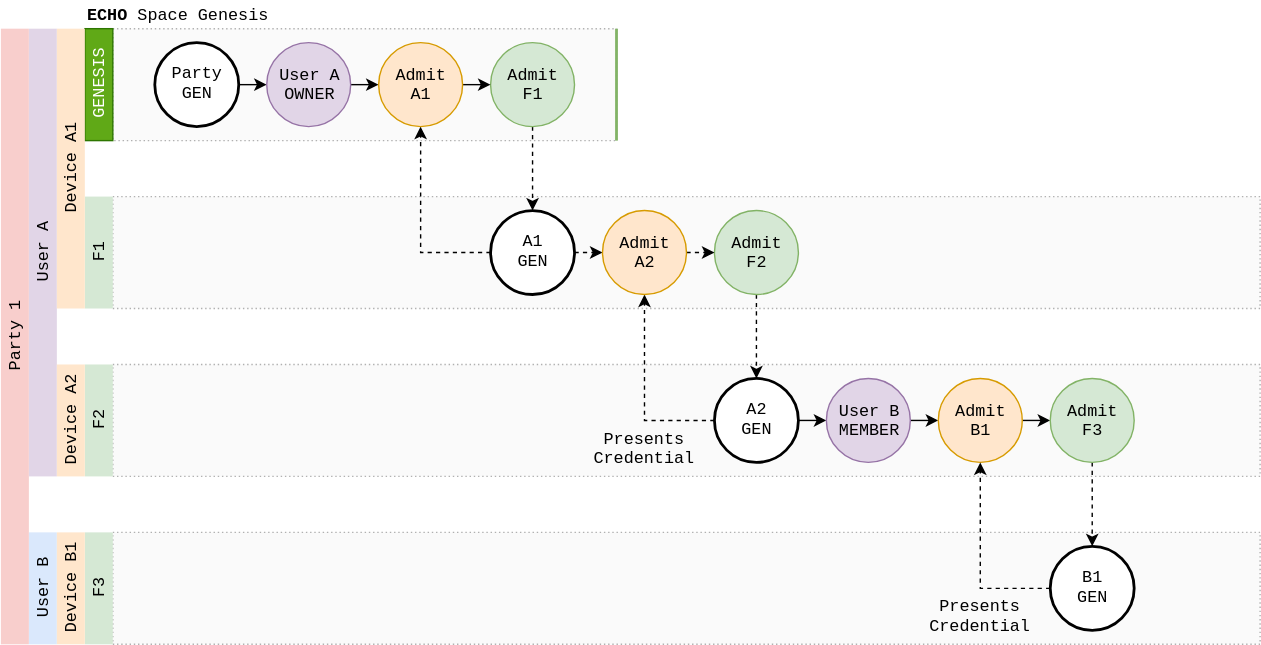
dxos/dxos keeps this draw.io diagram as docs/design/diagrams/halo-credentials-space.drawio.svg. Above is the earlier version. Source tidied: cells renumbered, new cells last; positions are measured from the earlier drawing's top-left corner, leaving out a move shared by most shapes. The source it was exported from:
```xml
<mxGraphModel background="#ffffff">
  <root>
    <mxCell id="0" />
    <mxCell id="1" parent="0" />
    <mxCell id="2" style="rounded=0;whiteSpace=wrap;html=1;fillColor=#f5f5f5;dashed=1;dashPattern=1 2;strokeWidth=1;opacity=50;strokeColor=#666666;fontColor=#333333;" parent="1" vertex="1">
      <mxGeometry x="80" y="20" width="360" height="80" as="geometry" />
    </mxCell>
    <mxCell id="3" style="rounded=0;whiteSpace=wrap;html=1;fillColor=#f5f5f5;dashed=1;dashPattern=1 2;strokeWidth=1;opacity=50;strokeColor=#666666;fontColor=#333333;" parent="1" vertex="1">
      <mxGeometry x="80" y="140" width="820" height="80" as="geometry" />
    </mxCell>
    <mxCell id="4" style="rounded=0;whiteSpace=wrap;html=1;fillColor=#f5f5f5;dashed=1;dashPattern=1 2;strokeWidth=1;opacity=50;strokeColor=#666666;fontColor=#333333;" parent="1" vertex="1">
      <mxGeometry x="80" y="260" width="820" height="80" as="geometry" />
    </mxCell>
    <mxCell id="5" style="rounded=0;whiteSpace=wrap;html=1;fillColor=#f5f5f5;dashed=1;dashPattern=1 2;strokeWidth=1;opacity=50;strokeColor=#666666;fontColor=#333333;" parent="1" vertex="1">
      <mxGeometry x="80" y="380" width="820" height="80" as="geometry" />
    </mxCell>
    <mxCell id="6" style="edgeStyle=orthogonalEdgeStyle;rounded=0;jettySize=auto;html=1;exitX=1;exitY=0.5;exitDx=0;exitDy=0;entryX=0;entryY=0.5;entryDx=0;entryDy=0;fontFamily=Courier New;fontSize=12;" parent="1" edge="1" source="7">
      <mxGeometry relative="1" as="geometry">
        <mxPoint x="190" y="60" as="targetPoint" />
      </mxGeometry>
    </mxCell>
    <mxCell id="7" value="Party&lt;br style=&quot;font-size: 12px;&quot;&gt;GEN" style="ellipse;whiteSpace=wrap;html=1;fontFamily=Courier New;fontSize=12;strokeWidth=2;" parent="1" vertex="1">
      <mxGeometry x="110" y="30" width="60" height="60" as="geometry" />
    </mxCell>
    <mxCell id="8" value="F3" style="rounded=0;whiteSpace=wrap;html=1;strokeWidth=1;horizontal=0;fillColor=#d5e8d4;strokeColor=none;fontSize=12;fontFamily=Courier New;" parent="1" vertex="1">
      <mxGeometry x="60" y="380" width="20" height="80" as="geometry" />
    </mxCell>
    <mxCell id="9" value="F2" style="rounded=0;whiteSpace=wrap;html=1;strokeWidth=1;horizontal=0;fillColor=#d5e8d4;strokeColor=none;fontSize=12;fontFamily=Courier New;" parent="1" vertex="1">
      <mxGeometry x="60" y="260" width="20" height="80" as="geometry" />
    </mxCell>
    <mxCell id="10" value="F1" style="rounded=0;whiteSpace=wrap;html=1;strokeWidth=1;horizontal=0;fillColor=#d5e8d4;strokeColor=none;fontSize=12;fontFamily=Courier New;" parent="1" vertex="1">
      <mxGeometry x="60" y="140" width="20" height="80" as="geometry" />
    </mxCell>
    <mxCell id="11" value="GENESIS" style="rounded=0;whiteSpace=wrap;html=1;strokeWidth=1;horizontal=0;fillColor=#60a917;strokeColor=#2D7600;fontColor=#ffffff;fontSize=12;fontFamily=Courier New;" parent="1" vertex="1">
      <mxGeometry x="60" y="20" width="20" height="80" as="geometry" />
    </mxCell>
    <mxCell id="12" value="User B" style="rounded=0;whiteSpace=wrap;html=1;strokeWidth=1;horizontal=0;fillColor=#dae8fc;strokeColor=none;fontSize=12;fontFamily=Courier New;" parent="1" vertex="1">
      <mxGeometry x="20" y="380" width="20" height="80" as="geometry" />
    </mxCell>
    <mxCell id="13" value="User A" style="rounded=0;whiteSpace=wrap;html=1;strokeWidth=1;horizontal=0;fillColor=#e1d5e7;strokeColor=none;fontSize=12;fontFamily=Courier New;" parent="1" vertex="1">
      <mxGeometry x="20" y="20" width="20" height="320" as="geometry" />
    </mxCell>
    <mxCell id="14" value="Device B1" style="rounded=0;whiteSpace=wrap;html=1;strokeWidth=1;horizontal=0;fillColor=#ffe6cc;strokeColor=none;fontSize=12;fontFamily=Courier New;" parent="1" vertex="1">
      <mxGeometry x="40" y="380" width="20" height="80" as="geometry" />
    </mxCell>
    <mxCell id="15" value="Device A2" style="rounded=0;whiteSpace=wrap;html=1;strokeWidth=1;horizontal=0;fillColor=#ffe6cc;strokeColor=none;fontSize=12;fontFamily=Courier New;" parent="1" vertex="1">
      <mxGeometry x="40" y="260" width="20" height="80" as="geometry" />
    </mxCell>
    <mxCell id="16" value="Device A1" style="rounded=0;whiteSpace=wrap;html=1;strokeWidth=1;horizontal=0;fillColor=#ffe6cc;strokeColor=none;fontSize=12;fontFamily=Courier New;" parent="1" vertex="1">
      <mxGeometry x="40" y="20" width="20" height="200" as="geometry" />
    </mxCell>
    <mxCell id="17" value="&lt;b&gt;ECHO&lt;/b&gt; Space Genesis" style="text;html=1;strokeColor=none;fillColor=none;align=left;verticalAlign=middle;whiteSpace=wrap;rounded=0;dashed=1;dashPattern=1 2;fontFamily=Courier New;fontSize=12;opacity=50;" parent="1" vertex="1">
      <mxGeometry x="60" width="240" height="20" as="geometry" />
    </mxCell>
    <mxCell id="18" style="edgeStyle=orthogonalEdgeStyle;rounded=0;jettySize=auto;html=1;exitX=1;exitY=0.5;exitDx=0;exitDy=0;entryX=0;entryY=0.5;entryDx=0;entryDy=0;startArrow=none;startFill=0;endArrow=classic;endFill=1;fontFamily=Courier New;fontSize=12;" parent="1" edge="1" source="19" target="30">
      <mxGeometry relative="1" as="geometry" />
    </mxCell>
    <mxCell id="19" value="User A&lt;br&gt;OWNER" style="ellipse;whiteSpace=wrap;html=1;fontFamily=Courier New;fontSize=12;fillColor=#e1d5e7;strokeColor=#9673a6;" parent="1" vertex="1">
      <mxGeometry x="190" y="30" width="60" height="60" as="geometry" />
    </mxCell>
    <mxCell id="20" style="edgeStyle=orthogonalEdgeStyle;rounded=0;jettySize=auto;html=1;exitX=0.5;exitY=1;exitDx=0;exitDy=0;entryX=0.5;entryY=0;entryDx=0;entryDy=0;startArrow=none;startFill=0;endArrow=classic;endFill=1;fontFamily=Courier New;fontSize=12;dashed=1;" parent="1" edge="1" source="21" target="24">
      <mxGeometry relative="1" as="geometry" />
    </mxCell>
    <mxCell id="21" value="Admit&lt;br style=&quot;font-size: 12px&quot;&gt;F1" style="ellipse;whiteSpace=wrap;html=1;fontFamily=Courier New;fontSize=12;fillColor=#d5e8d4;strokeColor=#82b366;" parent="1" vertex="1">
      <mxGeometry x="350" y="30" width="60" height="60" as="geometry" />
    </mxCell>
    <mxCell id="22" style="edgeStyle=orthogonalEdgeStyle;rounded=0;jettySize=auto;html=1;exitX=1;exitY=0.5;exitDx=0;exitDy=0;entryX=0;entryY=0.5;entryDx=0;entryDy=0;dashed=1;startArrow=none;startFill=0;endArrow=classic;endFill=1;fontFamily=Courier New;fontSize=12;" parent="1" edge="1" source="24" target="34">
      <mxGeometry relative="1" as="geometry" />
    </mxCell>
    <mxCell id="23" style="edgeStyle=orthogonalEdgeStyle;rounded=0;jettySize=auto;html=1;exitX=0;exitY=0.5;exitDx=0;exitDy=0;entryX=0.5;entryY=1;entryDx=0;entryDy=0;dashed=1;startArrow=none;startFill=0;endArrow=classic;endFill=1;fontFamily=Courier New;fontSize=12;" parent="1" edge="1" source="24" target="30">
      <mxGeometry relative="1" as="geometry" />
    </mxCell>
    <mxCell id="24" value="A1&lt;br&gt;GEN" style="ellipse;whiteSpace=wrap;html=1;fontFamily=Courier New;fontSize=12;strokeWidth=2;" parent="1" vertex="1">
      <mxGeometry x="350" y="150" width="60" height="60" as="geometry" />
    </mxCell>
    <mxCell id="25" value="Party 1" style="rounded=0;whiteSpace=wrap;html=1;strokeWidth=1;horizontal=0;fillColor=#f8cecc;strokeColor=none;fontSize=12;fontFamily=Courier New;" parent="1" vertex="1">
      <mxGeometry y="20" width="20" height="440" as="geometry" />
    </mxCell>
    <mxCell id="26" style="edgeStyle=orthogonalEdgeStyle;rounded=0;jettySize=auto;html=1;exitX=0;exitY=0.5;exitDx=0;exitDy=0;entryX=0.5;entryY=1;entryDx=0;entryDy=0;dashed=1;startArrow=none;startFill=0;endArrow=classic;endFill=1;fontFamily=Courier New;fontSize=12;" parent="1" edge="1" source="28" target="34">
      <mxGeometry relative="1" as="geometry" />
    </mxCell>
    <mxCell id="27" style="edgeStyle=orthogonalEdgeStyle;rounded=0;jettySize=auto;html=1;exitX=1;exitY=0.5;exitDx=0;exitDy=0;entryX=0;entryY=0.5;entryDx=0;entryDy=0;startArrow=none;startFill=0;endArrow=classic;endFill=1;fontFamily=Courier New;fontSize=12;" parent="1" edge="1" source="28" target="37">
      <mxGeometry relative="1" as="geometry" />
    </mxCell>
    <mxCell id="28" value="A2&lt;br&gt;GEN" style="ellipse;whiteSpace=wrap;html=1;fontFamily=Courier New;fontSize=12;strokeWidth=2;" parent="1" vertex="1">
      <mxGeometry x="510" y="270" width="60" height="60" as="geometry" />
    </mxCell>
    <mxCell id="29" style="edgeStyle=orthogonalEdgeStyle;rounded=0;jettySize=auto;html=1;exitX=1;exitY=0.5;exitDx=0;exitDy=0;entryX=0;entryY=0.5;entryDx=0;entryDy=0;startArrow=none;startFill=0;endArrow=classic;endFill=1;fontFamily=Courier New;fontSize=12;" parent="1" edge="1" source="30" target="21">
      <mxGeometry relative="1" as="geometry" />
    </mxCell>
    <mxCell id="30" value="Admit&lt;br style=&quot;font-size: 12px&quot;&gt;A1" style="ellipse;whiteSpace=wrap;html=1;fontFamily=Courier New;fontSize=12;fillColor=#ffe6cc;strokeColor=#d79b00;" parent="1" vertex="1">
      <mxGeometry x="270" y="30" width="60" height="60" as="geometry" />
    </mxCell>
    <mxCell id="31" style="edgeStyle=orthogonalEdgeStyle;rounded=0;jettySize=auto;html=1;exitX=0.5;exitY=1;exitDx=0;exitDy=0;entryX=0.5;entryY=0;entryDx=0;entryDy=0;dashed=1;startArrow=none;startFill=0;endArrow=classic;endFill=1;fontFamily=Courier New;fontSize=12;" parent="1" edge="1" source="32" target="28">
      <mxGeometry relative="1" as="geometry" />
    </mxCell>
    <mxCell id="32" value="Admit&lt;br style=&quot;font-size: 12px&quot;&gt;F2" style="ellipse;whiteSpace=wrap;html=1;fontFamily=Courier New;fontSize=12;fillColor=#d5e8d4;strokeColor=#82b366;" parent="1" vertex="1">
      <mxGeometry x="510" y="150" width="60" height="60" as="geometry" />
    </mxCell>
    <mxCell id="33" style="edgeStyle=orthogonalEdgeStyle;rounded=0;jettySize=auto;html=1;exitX=1;exitY=0.5;exitDx=0;exitDy=0;entryX=0;entryY=0.5;entryDx=0;entryDy=0;dashed=1;startArrow=none;startFill=0;endArrow=classic;endFill=1;fontFamily=Courier New;fontSize=12;" parent="1" edge="1" source="34" target="32">
      <mxGeometry relative="1" as="geometry" />
    </mxCell>
    <mxCell id="34" value="Admit&lt;br style=&quot;font-size: 12px&quot;&gt;A2" style="ellipse;whiteSpace=wrap;html=1;fontFamily=Courier New;fontSize=12;fillColor=#ffe6cc;strokeColor=#d79b00;" parent="1" vertex="1">
      <mxGeometry x="430" y="150" width="60" height="60" as="geometry" />
    </mxCell>
    <mxCell id="35" value="Presents Credential" style="text;html=1;strokeColor=none;fillColor=none;align=center;verticalAlign=middle;whiteSpace=wrap;rounded=0;dashed=1;dashPattern=1 2;fontFamily=Courier New;fontSize=12;opacity=50;" parent="1" vertex="1">
      <mxGeometry x="420" y="310" width="80" height="20" as="geometry" />
    </mxCell>
    <mxCell id="36" style="edgeStyle=orthogonalEdgeStyle;rounded=0;jettySize=auto;html=1;exitX=1;exitY=0.5;exitDx=0;exitDy=0;entryX=0;entryY=0.5;entryDx=0;entryDy=0;startArrow=none;startFill=0;endArrow=classic;endFill=1;fontFamily=Courier New;fontSize=12;" parent="1" edge="1" source="37" target="39">
      <mxGeometry relative="1" as="geometry" />
    </mxCell>
    <mxCell id="37" value="User B&lt;br&gt;MEMBER" style="ellipse;whiteSpace=wrap;html=1;fontFamily=Courier New;fontSize=12;fillColor=#e1d5e7;strokeColor=#9673a6;" parent="1" vertex="1">
      <mxGeometry x="590" y="270" width="60" height="60" as="geometry" />
    </mxCell>
    <mxCell id="38" style="edgeStyle=orthogonalEdgeStyle;rounded=0;jettySize=auto;html=1;exitX=1;exitY=0.5;exitDx=0;exitDy=0;entryX=0;entryY=0.5;entryDx=0;entryDy=0;startArrow=none;startFill=0;endArrow=classic;endFill=1;fontFamily=Courier New;fontSize=12;" parent="1" edge="1" source="39" target="41">
      <mxGeometry relative="1" as="geometry" />
    </mxCell>
    <mxCell id="39" value="Admit&lt;br style=&quot;font-size: 12px&quot;&gt;B1" style="ellipse;whiteSpace=wrap;html=1;fontFamily=Courier New;fontSize=12;fillColor=#ffe6cc;strokeColor=#d79b00;" parent="1" vertex="1">
      <mxGeometry x="670" y="270" width="60" height="60" as="geometry" />
    </mxCell>
    <mxCell id="40" style="edgeStyle=orthogonalEdgeStyle;rounded=0;jettySize=auto;html=1;exitX=0.5;exitY=1;exitDx=0;exitDy=0;entryX=0.5;entryY=0;entryDx=0;entryDy=0;startArrow=none;startFill=0;endArrow=classic;endFill=1;fontFamily=Courier New;fontSize=12;dashed=1;" parent="1" edge="1" source="41" target="43">
      <mxGeometry relative="1" as="geometry" />
    </mxCell>
    <mxCell id="41" value="Admit&lt;br style=&quot;font-size: 12px&quot;&gt;F3" style="ellipse;whiteSpace=wrap;html=1;fontFamily=Courier New;fontSize=12;fillColor=#d5e8d4;strokeColor=#82b366;" parent="1" vertex="1">
      <mxGeometry x="750" y="270" width="60" height="60" as="geometry" />
    </mxCell>
    <mxCell id="42" style="edgeStyle=orthogonalEdgeStyle;rounded=0;jettySize=auto;html=1;exitX=0;exitY=0.5;exitDx=0;exitDy=0;entryX=0.5;entryY=1;entryDx=0;entryDy=0;startArrow=none;startFill=0;endArrow=classic;endFill=1;fontFamily=Courier New;fontSize=12;dashed=1;" parent="1" edge="1" source="43" target="39">
      <mxGeometry relative="1" as="geometry" />
    </mxCell>
    <mxCell id="43" value="B1&lt;br&gt;GEN" style="ellipse;whiteSpace=wrap;html=1;fontFamily=Courier New;fontSize=12;strokeWidth=2;" parent="1" vertex="1">
      <mxGeometry x="750" y="390" width="60" height="60" as="geometry" />
    </mxCell>
    <mxCell id="44" value="Presents Credential" style="text;html=1;strokeColor=none;fillColor=none;align=center;verticalAlign=middle;whiteSpace=wrap;rounded=0;dashed=1;dashPattern=1 2;fontFamily=Courier New;fontSize=12;opacity=50;" parent="1" vertex="1">
      <mxGeometry x="660" y="430" width="80" height="20" as="geometry" />
    </mxCell>
    <mxCell id="45" style="endArrow=none;html=1;strokeWidth=2;fontFamily=Courier New;fontSize=12;fillColor=#d5e8d4;strokeColor=#82b366;" parent="1" edge="1">
      <mxGeometry relative="1" as="geometry">
        <mxPoint x="440" y="100" as="sourcePoint" />
        <mxPoint x="440" y="20" as="targetPoint" />
      </mxGeometry>
    </mxCell>
  </root>
</mxGraphModel>
```
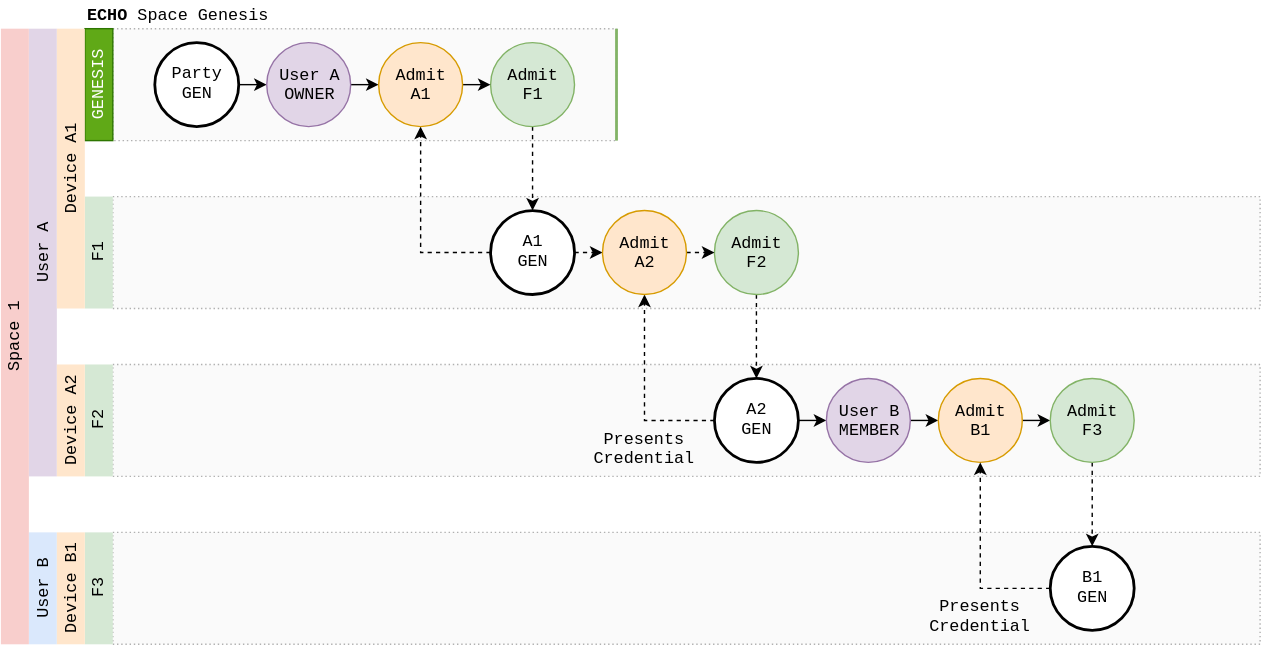
The same diagram one commit later.

Diff of the diagram source:
```diff
@@ -73,7 +73,7 @@
     <mxCell id="24" value="A1&lt;br&gt;GEN" style="ellipse;whiteSpace=wrap;html=1;fontFamily=Courier New;fontSize=12;strokeWidth=2;" parent="1" vertex="1">
       <mxGeometry x="350" y="150" width="60" height="60" as="geometry" />
     </mxCell>
-    <mxCell id="25" value="Party 1" style="rounded=0;whiteSpace=wrap;html=1;strokeWidth=1;horizontal=0;fillColor=#f8cecc;strokeColor=none;fontSize=12;fontFamily=Courier New;" parent="1" vertex="1">
+    <mxCell id="25" value="Space 1" style="rounded=0;whiteSpace=wrap;html=1;strokeWidth=1;horizontal=0;fillColor=#f8cecc;strokeColor=none;fontSize=12;fontFamily=Courier New;" parent="1" vertex="1">
       <mxGeometry y="20" width="20" height="440" as="geometry" />
     </mxCell>
     <mxCell id="26" style="edgeStyle=orthogonalEdgeStyle;rounded=0;jettySize=auto;html=1;exitX=0;exitY=0.5;exitDx=0;exitDy=0;entryX=0.5;entryY=1;entryDx=0;entryDy=0;dashed=1;startArrow=none;startFill=0;endArrow=classic;endFill=1;fontFamily=Courier New;fontSize=12;" parent="1" edge="1" source="28" target="34">
```
